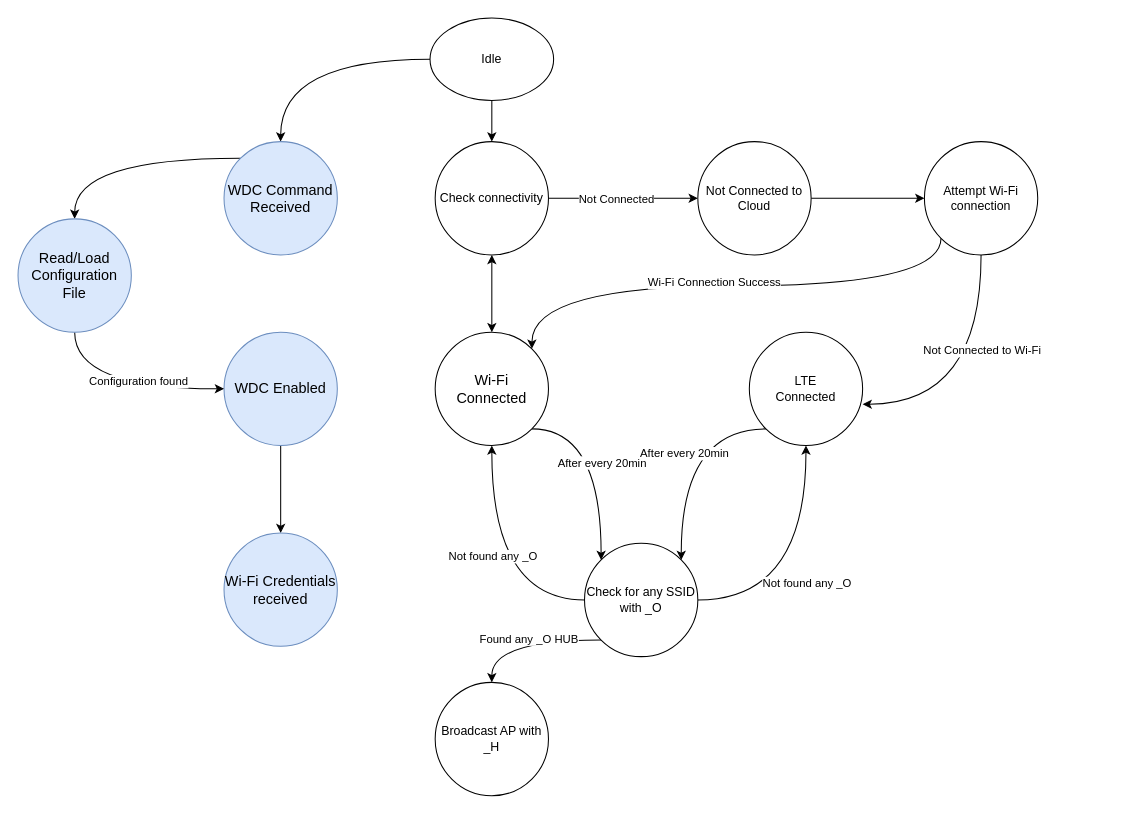
The draw.io diagram connectivity states.drawio in sohaibqamar/drawings, before the edit. Source tidied: cells renumbered, new cells numbered last; positions are measured from the earlier drawing's top-left corner, leaving out a move shared by most shapes. Both pictures are drawn from the tidied source at 103%, with x=0, y=0 at pixel (18, 18).
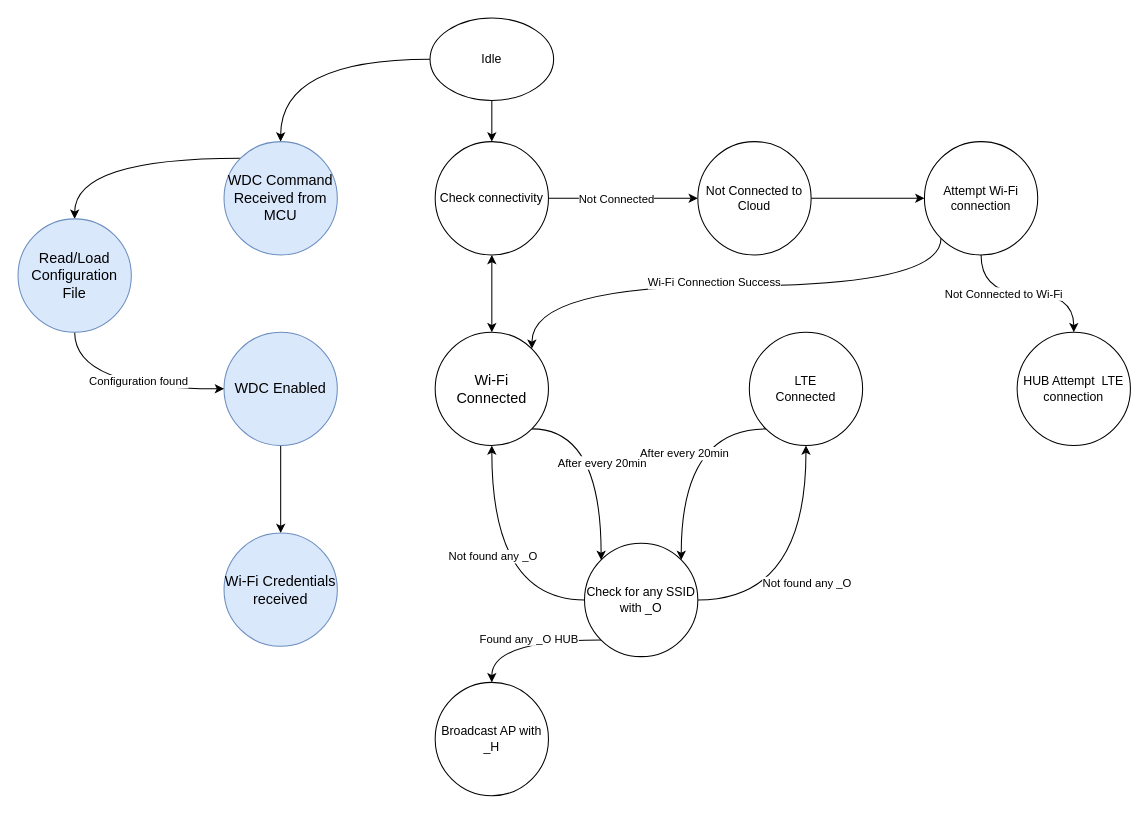
The same page after the edit.

Unchanged cells that the change refers to:
```xml
<mxCell id="14" value="LTE&lt;br&gt;Connected" style="ellipse;whiteSpace=wrap;html=1;" parent="1" vertex="1">
  <mxGeometry x="710" y="305" width="110" height="110" as="geometry" />
</mxCell>
<mxCell id="17" value="Attempt Wi-Fi connection" style="ellipse;whiteSpace=wrap;html=1;" parent="1" vertex="1">
  <mxGeometry x="880" y="120" width="110" height="110" as="geometry" />
</mxCell>
```

Diff of the diagram source:
```diff
@@
-    <mxCell id="30" style="edgeStyle=orthogonalEdgeStyle;jettySize=auto;html=1;entryX=1;entryY=0.636;entryDx=0;entryDy=0;entryPerimeter=0;exitX=0.5;exitY=1;exitDx=0;exitDy=0;curved=1;" parent="1" edge="1" source="17" target="14">
+    <mxCell id="30" style="edgeStyle=orthogonalEdgeStyle;jettySize=auto;html=1;entryX=0.5;entryY=0;entryDx=0;entryDy=0;exitX=0.5;exitY=1;exitDx=0;exitDy=0;curved=1;" parent="1" edge="1" source="17" target="38">
       <mxGeometry relative="1" as="geometry" />
     </mxCell>
@@
-    <mxCell id="33" value="WDC Command Received" style="ellipse;whiteSpace=wrap;html=1;fontSize=14;fillColor=#dae8fc;strokeColor=#6c8ebf;" parent="1" vertex="1">
+    <mxCell id="33" value="WDC Command Received from MCU" style="ellipse;whiteSpace=wrap;html=1;fontSize=14;fillColor=#dae8fc;strokeColor=#6c8ebf;" parent="1" vertex="1">
       <mxGeometry x="200" y="120" width="110" height="110" as="geometry" />
     </mxCell>
@@
+    <mxCell id="38" value="HUB Attempt&amp;nbsp; LTE connection" style="ellipse;whiteSpace=wrap;html=1;" parent="1" vertex="1">
+      <mxGeometry x="970" y="305" width="110" height="110" as="geometry" />
+    </mxCell>
```
